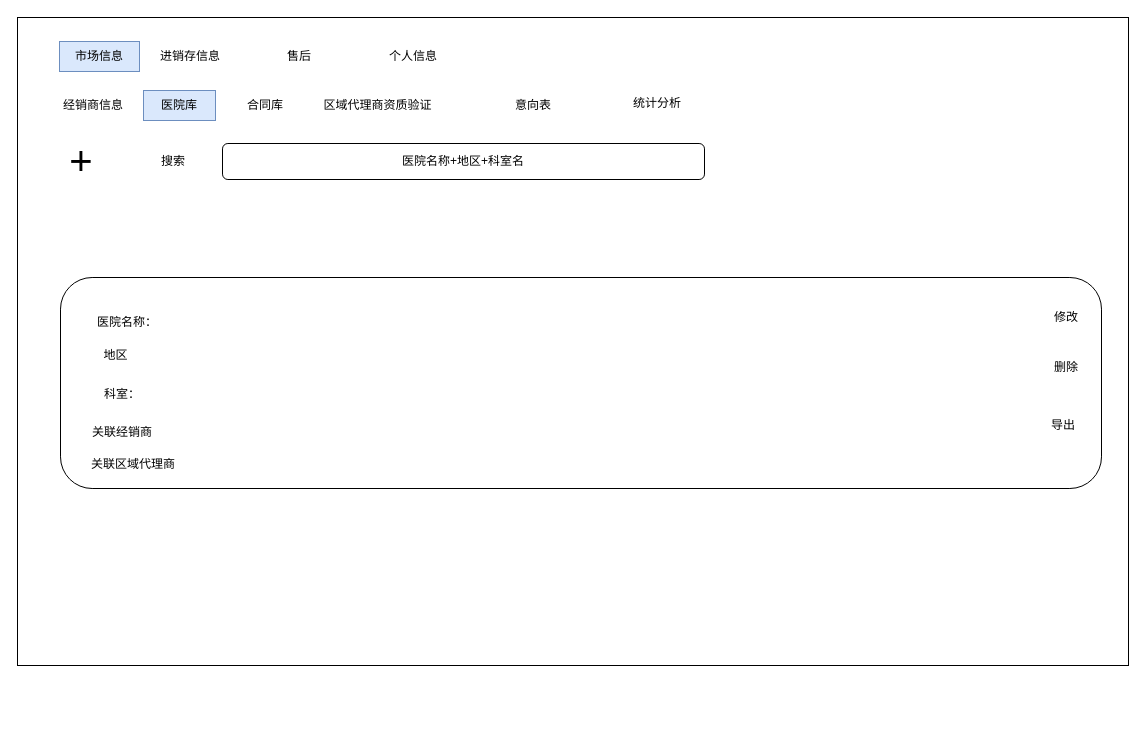
Earlier version of the draw.io diagram page "医院库" (2 of 6) of 泰加市场.drawio (cangwang/news). Source tidied: cells renumbered, new cells numbered last; positions are measured from the earlier drawing's top-left corner, leaving out a move shared by most shapes. Both pictures are drawn from the tidied source at 100%, with x=0, y=0 at pixel (17, 17).
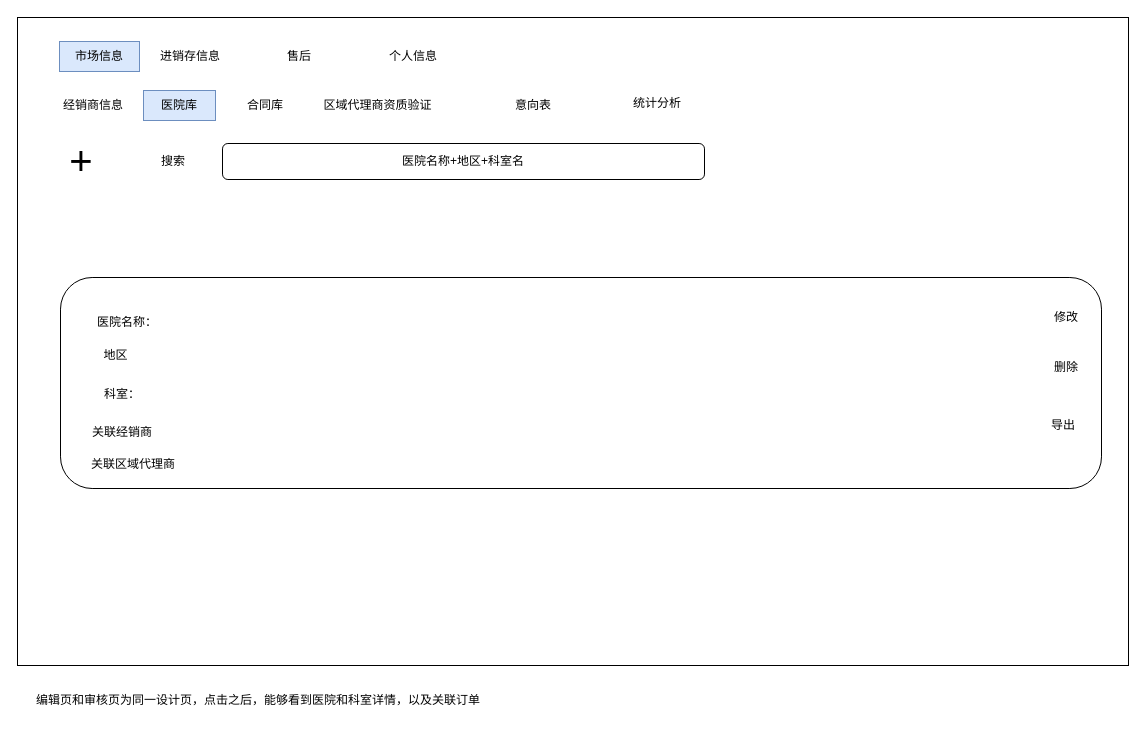
The same diagram, later.

What changed in the source:
```diff
@@
+    <mxCell id="25" value="编辑页和审核页为同一设计页，点击之后，能够看到医院和科室详情，以及关联订单" style="text;html=1;strokeColor=none;fillColor=none;align=center;verticalAlign=middle;whiteSpace=wrap;rounded=0;" parent="1" vertex="1">
+      <mxGeometry y="668" width="482" height="30" as="geometry" />
+    </mxCell>
```
